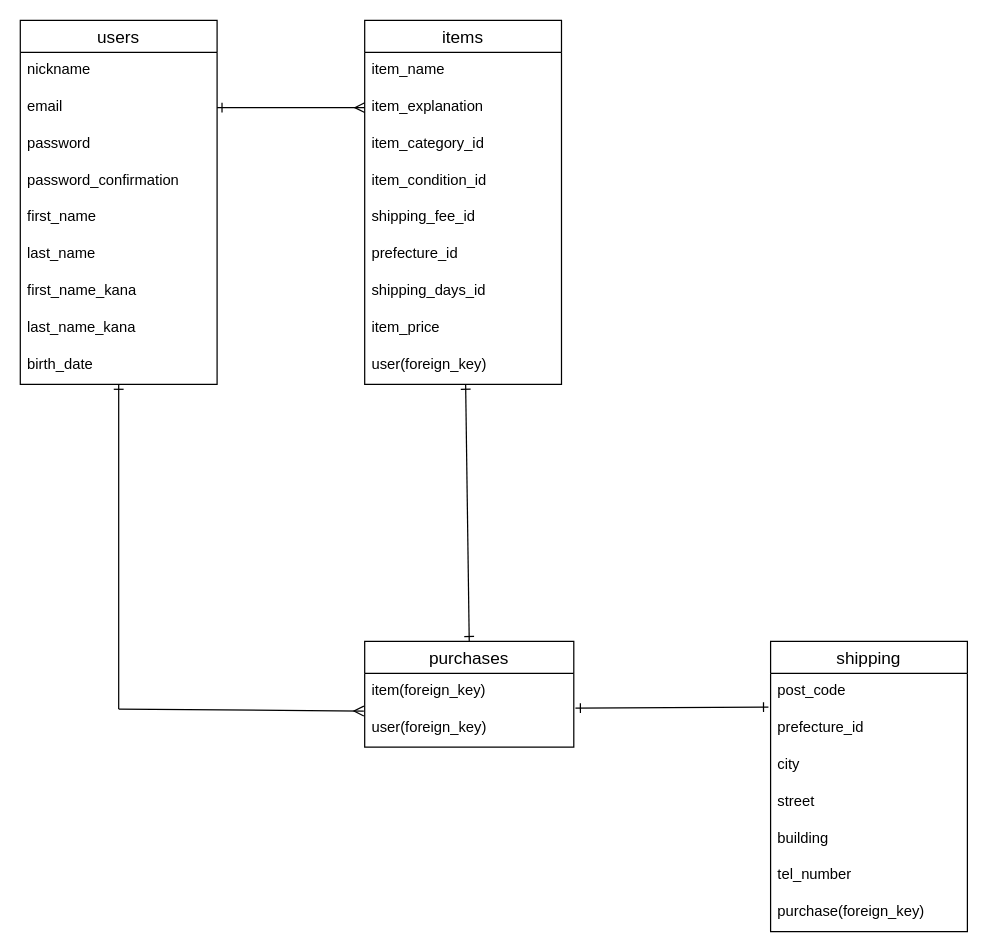
macoyuu/furima-40459 keeps this draw.io diagram as ER.dio. Above is the earlier version. Source tidied: cells renumbered, new cells numbered last; positions are measured from the earlier drawing's top-left corner, leaving out a move shared by most shapes. Both pictures are drawn from the tidied source at 123%, with x=0, y=0 at pixel (20, 20).
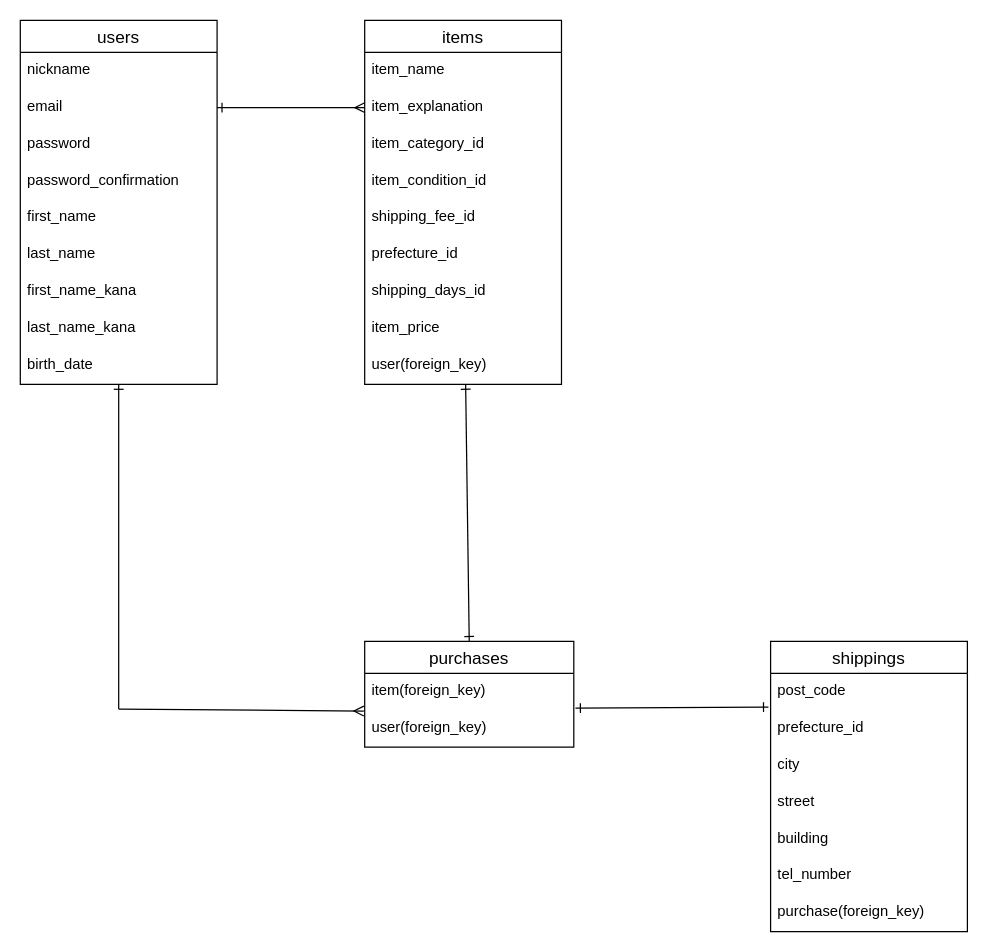
The same page after the edit.

Diff of the diagram source:
```diff
@@
-    <mxCell id="27" value="shipping" style="swimlane;fontStyle=0;horizontal=1;startSize=26;align=center;fontSize=14;" parent="1" vertex="1">
+    <mxCell id="27" value="shippings" style="swimlane;fontStyle=0;horizontal=1;startSize=26;align=center;fontSize=14;" parent="1" vertex="1">
       <mxGeometry x="610" y="505" width="160" height="236" as="geometry" />
     </mxCell>
```
